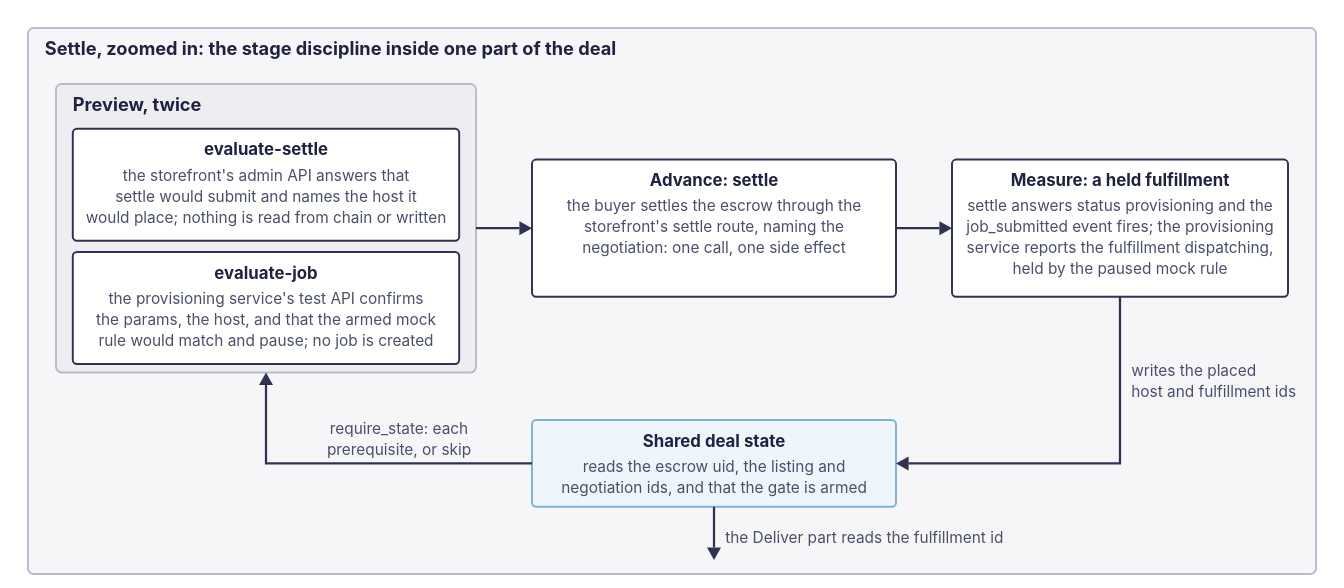
Earlier version of the draw.io export docs/development/diagrams/e2e-settle-zoom.svg (arkhai-io/simple-compute-market). Source tidied: cells renumbered, new cells last; positions are measured from the earlier drawing's top-left corner, leaving out a move shared by most shapes. The source it was exported from:
```xml
<mxGraphModel>
  <root>
    <mxCell id="0" />
    <mxCell id="1" parent="0" />
    <mxCell id="2" style="rounded=1;arcSize=6;whiteSpace=wrap;html=1;fillColor=#f6f6f8;strokeColor=#b9bccb;strokeWidth=1.4;dashed=0;" parent="1" vertex="1">
      <mxGeometry x="6" width="920" height="390" as="geometry" />
    </mxCell>
    <mxCell id="3" value="Settle, zoomed in: the stage discipline inside one part of the deal" style="text;html=1;align=left;verticalAlign=middle;whiteSpace=nowrap;fontSize=13;fontColor=#1f2340;fontStyle=1;fontFamily=Helvetica;" parent="1" vertex="1">
      <mxGeometry x="18" y="6" width="552" height="19" as="geometry" />
    </mxCell>
    <mxCell id="4" style="rounded=1;arcSize=6;whiteSpace=wrap;html=1;fillColor=#eeeef2;strokeColor=#b9bccb;strokeWidth=1.4;dashed=0;" parent="1" vertex="1">
      <mxGeometry x="26" y="40" width="300" height="206" as="geometry" />
    </mxCell>
    <mxCell id="5" value="Preview, twice" style="text;html=1;align=left;verticalAlign=middle;whiteSpace=nowrap;fontSize=13;fontColor=#1f2340;fontStyle=1;fontFamily=Helvetica;" parent="1" vertex="1">
      <mxGeometry x="38" y="46" width="124.8" height="19" as="geometry" />
    </mxCell>
    <mxCell id="6" style="rounded=1;arcSize=6;whiteSpace=wrap;html=1;fillColor=#ffffff;strokeColor=#2f3350;strokeWidth=1.4;dashed=0;" parent="1" vertex="1">
      <mxGeometry x="38" y="72" width="276" height="80" as="geometry" />
    </mxCell>
    <mxCell id="7" value="evaluate-settle" style="text;html=1;align=center;verticalAlign=middle;whiteSpace=nowrap;fontSize=12;fontColor=#1f2340;fontStyle=1;fontFamily=Helvetica;" parent="1" vertex="1">
      <mxGeometry x="114.2" y="79" width="123.6" height="18" as="geometry" />
    </mxCell>
    <mxCell id="8" value="the storefront's admin API answers that" style="text;html=1;align=center;verticalAlign=middle;whiteSpace=nowrap;fontSize=11;fontColor=#4a4f6a;fontStyle=0;fontFamily=Helvetica;" parent="1" vertex="1">
      <mxGeometry x="37" y="98" width="278" height="17" as="geometry" />
    </mxCell>
    <mxCell id="9" value="settle would submit and names the host it" style="text;html=1;align=center;verticalAlign=middle;whiteSpace=nowrap;fontSize=11;fontColor=#4a4f6a;fontStyle=0;fontFamily=Helvetica;" parent="1" vertex="1">
      <mxGeometry x="30.2" y="113" width="291.6" height="17" as="geometry" />
    </mxCell>
    <mxCell id="10" value="would place; nothing is read from chain or written" style="text;html=1;align=center;verticalAlign=middle;whiteSpace=nowrap;fontSize=11;fontColor=#4a4f6a;fontStyle=0;fontFamily=Helvetica;" parent="1" vertex="1">
      <mxGeometry x="-0.5" y="128" width="353" height="17" as="geometry" />
    </mxCell>
    <mxCell id="11" style="rounded=1;arcSize=6;whiteSpace=wrap;html=1;fillColor=#ffffff;strokeColor=#2f3350;strokeWidth=1.4;dashed=0;" parent="1" vertex="1">
      <mxGeometry x="38" y="160" width="276" height="80" as="geometry" />
    </mxCell>
    <mxCell id="12" value="evaluate-job" style="text;html=1;align=center;verticalAlign=middle;whiteSpace=nowrap;fontSize=12;fontColor=#1f2340;fontStyle=1;fontFamily=Helvetica;" parent="1" vertex="1">
      <mxGeometry x="125.4" y="167" width="101.3" height="18" as="geometry" />
    </mxCell>
    <mxCell id="13" value="the provisioning service's test API confirms" style="text;html=1;align=center;verticalAlign=middle;whiteSpace=nowrap;fontSize=11;fontColor=#4a4f6a;fontStyle=0;fontFamily=Helvetica;" parent="1" vertex="1">
      <mxGeometry x="20" y="186" width="312.1" height="17" as="geometry" />
    </mxCell>
    <mxCell id="14" value="the params, the host, and that the armed mock" style="text;html=1;align=center;verticalAlign=middle;whiteSpace=nowrap;fontSize=11;fontColor=#4a4f6a;fontStyle=0;fontFamily=Helvetica;" parent="1" vertex="1">
      <mxGeometry x="16.5" y="201" width="318.9" height="17" as="geometry" />
    </mxCell>
    <mxCell id="15" value="rule would match and pause; no job is created" style="text;html=1;align=center;verticalAlign=middle;whiteSpace=nowrap;fontSize=11;fontColor=#4a4f6a;fontStyle=0;fontFamily=Helvetica;" parent="1" vertex="1">
      <mxGeometry x="16.5" y="216" width="318.9" height="17" as="geometry" />
    </mxCell>
    <mxCell id="16" style="rounded=1;arcSize=6;whiteSpace=wrap;html=1;fillColor=#ffffff;strokeColor=#2f3350;strokeWidth=1.4;dashed=0;" parent="1" vertex="1">
      <mxGeometry x="366" y="94" width="260" height="98" as="geometry" />
    </mxCell>
    <mxCell id="17" value="Advance: settle" style="text;html=1;align=center;verticalAlign=middle;whiteSpace=nowrap;fontSize=12;fontColor=#1f2340;fontStyle=1;fontFamily=Helvetica;" parent="1" vertex="1">
      <mxGeometry x="434.2" y="101" width="123.6" height="18" as="geometry" />
    </mxCell>
    <mxCell id="18" value="the buyer settles the escrow through the" style="text;html=1;align=center;verticalAlign=middle;whiteSpace=nowrap;fontSize=11;fontColor=#4a4f6a;fontStyle=0;fontFamily=Helvetica;" parent="1" vertex="1">
      <mxGeometry x="353.6" y="120" width="284.8" height="17" as="geometry" />
    </mxCell>
    <mxCell id="19" value="storefront's settle route, naming the" style="text;html=1;align=center;verticalAlign=middle;whiteSpace=nowrap;fontSize=11;fontColor=#4a4f6a;fontStyle=0;fontFamily=Helvetica;" parent="1" vertex="1">
      <mxGeometry x="363.8" y="135" width="264.3" height="17" as="geometry" />
    </mxCell>
    <mxCell id="20" value="negotiation: one call, one side effect" style="text;html=1;align=center;verticalAlign=middle;whiteSpace=nowrap;fontSize=11;fontColor=#4a4f6a;fontStyle=0;fontFamily=Helvetica;" parent="1" vertex="1">
      <mxGeometry x="360.4" y="150" width="271.2" height="17" as="geometry" />
    </mxCell>
    <mxCell id="21" style="rounded=1;arcSize=6;whiteSpace=wrap;html=1;fillColor=#ffffff;strokeColor=#2f3350;strokeWidth=1.4;dashed=0;" parent="1" vertex="1">
      <mxGeometry x="666" y="94" width="240" height="98" as="geometry" />
    </mxCell>
    <mxCell id="22" value="Measure: a held fulfillment" style="text;html=1;align=center;verticalAlign=middle;whiteSpace=nowrap;fontSize=12;fontColor=#1f2340;fontStyle=1;fontFamily=Helvetica;" parent="1" vertex="1">
      <mxGeometry x="679.6" y="101" width="212.9" height="18" as="geometry" />
    </mxCell>
    <mxCell id="23" value="settle answers status provisioning and the" style="text;html=1;align=center;verticalAlign=middle;whiteSpace=nowrap;fontSize=11;fontColor=#4a4f6a;fontStyle=0;fontFamily=Helvetica;" parent="1" vertex="1">
      <mxGeometry x="636.8" y="120" width="298.4" height="17" as="geometry" />
    </mxCell>
    <mxCell id="24" value="job_submitted event fires; the provisioning" style="text;html=1;align=center;verticalAlign=middle;whiteSpace=nowrap;fontSize=11;fontColor=#4a4f6a;fontStyle=0;fontFamily=Helvetica;" parent="1" vertex="1">
      <mxGeometry x="633.4" y="135" width="305.3" height="17" as="geometry" />
    </mxCell>
    <mxCell id="25" value="service reports the fulfillment dispatching," style="text;html=1;align=center;verticalAlign=middle;whiteSpace=nowrap;fontSize=11;fontColor=#4a4f6a;fontStyle=0;fontFamily=Helvetica;" parent="1" vertex="1">
      <mxGeometry x="630" y="150" width="312.1" height="17" as="geometry" />
    </mxCell>
    <mxCell id="26" value="held by the paused mock rule" style="text;html=1;align=center;verticalAlign=middle;whiteSpace=nowrap;fontSize=11;fontColor=#4a4f6a;fontStyle=0;fontFamily=Helvetica;" parent="1" vertex="1">
      <mxGeometry x="684.5" y="165" width="203" height="17" as="geometry" />
    </mxCell>
    <mxCell id="27" style="endArrow=block;endFill=1;strokeColor=#2f3350;strokeWidth=1.6;html=1;dashed=0;" parent="1" edge="1">
      <mxGeometry relative="1" as="geometry">
        <mxPoint x="326" y="143" as="sourcePoint" />
        <mxPoint x="366" y="143" as="targetPoint" />
      </mxGeometry>
    </mxCell>
    <mxCell id="28" style="endArrow=block;endFill=1;strokeColor=#2f3350;strokeWidth=1.6;html=1;dashed=0;" parent="1" edge="1">
      <mxGeometry relative="1" as="geometry">
        <mxPoint x="626" y="143" as="sourcePoint" />
        <mxPoint x="666" y="143" as="targetPoint" />
      </mxGeometry>
    </mxCell>
    <mxCell id="29" style="rounded=1;arcSize=6;whiteSpace=wrap;html=1;fillColor=#eef6fb;strokeColor=#7fb3d5;strokeWidth=1.4;dashed=0;" parent="1" vertex="1">
      <mxGeometry x="366" y="280" width="260" height="62" as="geometry" />
    </mxCell>
    <mxCell id="30" value="Shared deal state" style="text;html=1;align=center;verticalAlign=middle;whiteSpace=nowrap;fontSize=12;fontColor=#1f2340;fontStyle=1;fontFamily=Helvetica;" parent="1" vertex="1">
      <mxGeometry x="426.8" y="287" width="138.5" height="18" as="geometry" />
    </mxCell>
    <mxCell id="31" value="reads the escrow uid, the listing and" style="text;html=1;align=center;verticalAlign=middle;whiteSpace=nowrap;fontSize=11;fontColor=#4a4f6a;fontStyle=0;fontFamily=Helvetica;" parent="1" vertex="1">
      <mxGeometry x="363.8" y="306" width="264.3" height="17" as="geometry" />
    </mxCell>
    <mxCell id="32" value="negotiation ids, and that the gate is armed" style="text;html=1;align=center;verticalAlign=middle;whiteSpace=nowrap;fontSize=11;fontColor=#4a4f6a;fontStyle=0;fontFamily=Helvetica;" parent="1" vertex="1">
      <mxGeometry x="343.4" y="321" width="305.3" height="17" as="geometry" />
    </mxCell>
    <mxCell id="33" style="endArrow=block;endFill=1;strokeColor=#2f3350;strokeWidth=1.6;html=1;dashed=0;" parent="1" edge="1">
      <mxGeometry relative="1" as="geometry">
        <mxPoint x="786" y="192" as="sourcePoint" />
        <mxPoint x="626" y="311" as="targetPoint" />
        <Array as="points">
          <mxPoint x="786" y="311" />
        </Array>
      </mxGeometry>
    </mxCell>
    <mxCell id="34" value="writes the placed" style="text;html=1;align=left;verticalAlign=middle;whiteSpace=nowrap;fontSize=11;fontColor=#4a4f6a;fontStyle=0;fontFamily=Helvetica;" parent="1" vertex="1">
      <mxGeometry x="794" y="237.5" width="127.9" height="17" as="geometry" />
    </mxCell>
    <mxCell id="35" value="host and fulfillment ids" style="text;html=1;align=left;verticalAlign=middle;whiteSpace=nowrap;fontSize=11;fontColor=#4a4f6a;fontStyle=0;fontFamily=Helvetica;" parent="1" vertex="1">
      <mxGeometry x="794" y="252.5" width="175.7" height="17" as="geometry" />
    </mxCell>
    <mxCell id="36" style="endArrow=block;endFill=1;strokeColor=#2f3350;strokeWidth=1.6;html=1;dashed=0;" parent="1" edge="1">
      <mxGeometry relative="1" as="geometry">
        <mxPoint x="366" y="311" as="sourcePoint" />
        <mxPoint x="176" y="246" as="targetPoint" />
        <Array as="points">
          <mxPoint x="176" y="311" />
        </Array>
      </mxGeometry>
    </mxCell>
    <mxCell id="37" value="require_state: each" style="text;html=1;align=center;verticalAlign=middle;whiteSpace=nowrap;fontSize=11;fontColor=#4a4f6a;fontStyle=0;fontFamily=Helvetica;" parent="1" vertex="1">
      <mxGeometry x="200.2" y="279" width="141.6" height="17" as="geometry" />
    </mxCell>
    <mxCell id="38" value="prerequisite, or skip" style="text;html=1;align=center;verticalAlign=middle;whiteSpace=nowrap;fontSize=11;fontColor=#4a4f6a;fontStyle=0;fontFamily=Helvetica;" parent="1" vertex="1">
      <mxGeometry x="193.4" y="294" width="155.2" height="17" as="geometry" />
    </mxCell>
    <mxCell id="39" style="endArrow=block;endFill=1;strokeColor=#2f3350;strokeWidth=1.6;html=1;dashed=0;" parent="1" edge="1">
      <mxGeometry relative="1" as="geometry">
        <mxPoint x="496" y="342" as="sourcePoint" />
        <mxPoint x="496" y="380" as="targetPoint" />
      </mxGeometry>
    </mxCell>
    <mxCell id="40" value="the Deliver part reads the fulfillment id" style="text;html=1;align=left;verticalAlign=middle;whiteSpace=nowrap;fontSize=11;fontColor=#4a4f6a;fontStyle=0;fontFamily=Helvetica;" parent="1" vertex="1">
      <mxGeometry x="504" y="357" width="291.6" height="17" as="geometry" />
    </mxCell>
  </root>
</mxGraphModel>
```
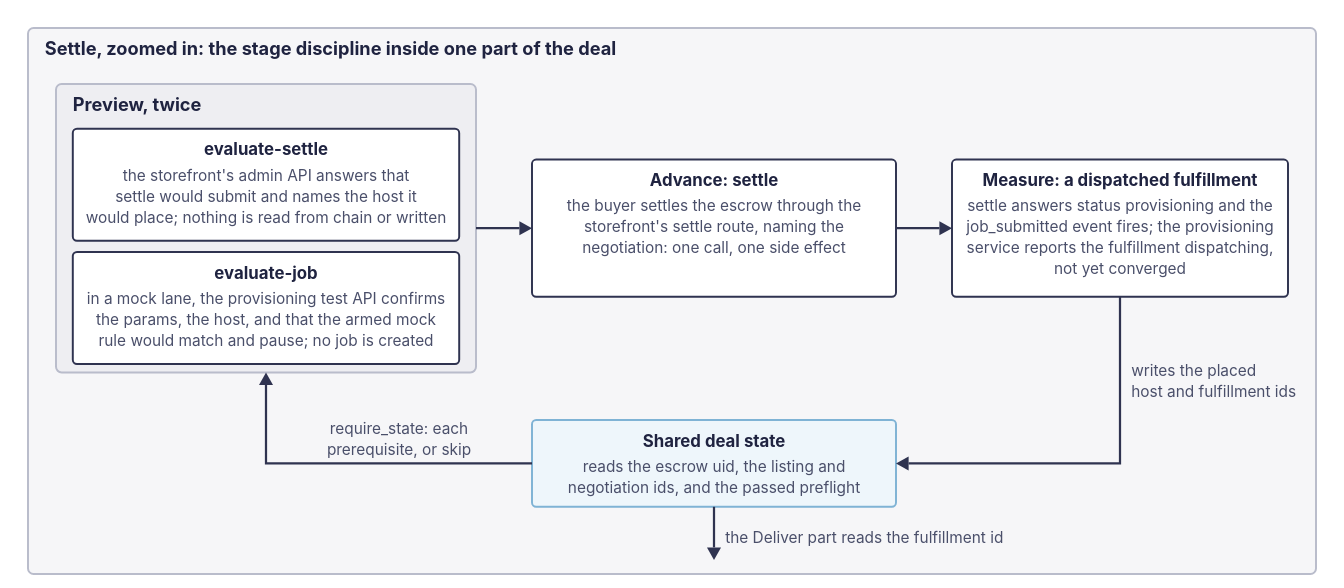
After the change.

The edit, as a diff of the source:
```diff
@@ -35,7 +35,7 @@
     <mxCell id="12" value="evaluate-job" style="text;html=1;align=center;verticalAlign=middle;whiteSpace=nowrap;fontSize=12;fontColor=#1f2340;fontStyle=1;fontFamily=Helvetica;" parent="1" vertex="1">
       <mxGeometry x="125.4" y="167" width="101.3" height="18" as="geometry" />
     </mxCell>
-    <mxCell id="13" value="the provisioning service's test API confirms" style="text;html=1;align=center;verticalAlign=middle;whiteSpace=nowrap;fontSize=11;fontColor=#4a4f6a;fontStyle=0;fontFamily=Helvetica;" parent="1" vertex="1">
+    <mxCell id="13" value="in a mock lane, the provisioning test API confirms" style="text;html=1;align=center;verticalAlign=middle;whiteSpace=nowrap;fontSize=11;fontColor=#4a4f6a;fontStyle=0;fontFamily=Helvetica;" parent="1" vertex="1">
       <mxGeometry x="20" y="186" width="312.1" height="17" as="geometry" />
     </mxCell>
     <mxCell id="14" value="the params, the host, and that the armed mock" style="text;html=1;align=center;verticalAlign=middle;whiteSpace=nowrap;fontSize=11;fontColor=#4a4f6a;fontStyle=0;fontFamily=Helvetica;" parent="1" vertex="1">
@@ -62,7 +62,7 @@
     <mxCell id="21" style="rounded=1;arcSize=6;whiteSpace=wrap;html=1;fillColor=#ffffff;strokeColor=#2f3350;strokeWidth=1.4;dashed=0;" parent="1" vertex="1">
       <mxGeometry x="666" y="94" width="240" height="98" as="geometry" />
     </mxCell>
-    <mxCell id="22" value="Measure: a held fulfillment" style="text;html=1;align=center;verticalAlign=middle;whiteSpace=nowrap;fontSize=12;fontColor=#1f2340;fontStyle=1;fontFamily=Helvetica;" parent="1" vertex="1">
+    <mxCell id="22" value="Measure: a dispatched fulfillment" style="text;html=1;align=center;verticalAlign=middle;whiteSpace=nowrap;fontSize=12;fontColor=#1f2340;fontStyle=1;fontFamily=Helvetica;" parent="1" vertex="1">
       <mxGeometry x="679.6" y="101" width="212.9" height="18" as="geometry" />
     </mxCell>
     <mxCell id="23" value="settle answers status provisioning and the" style="text;html=1;align=center;verticalAlign=middle;whiteSpace=nowrap;fontSize=11;fontColor=#4a4f6a;fontStyle=0;fontFamily=Helvetica;" parent="1" vertex="1">
@@ -74,7 +74,7 @@
     <mxCell id="25" value="service reports the fulfillment dispatching," style="text;html=1;align=center;verticalAlign=middle;whiteSpace=nowrap;fontSize=11;fontColor=#4a4f6a;fontStyle=0;fontFamily=Helvetica;" parent="1" vertex="1">
       <mxGeometry x="630" y="150" width="312.1" height="17" as="geometry" />
     </mxCell>
-    <mxCell id="26" value="held by the paused mock rule" style="text;html=1;align=center;verticalAlign=middle;whiteSpace=nowrap;fontSize=11;fontColor=#4a4f6a;fontStyle=0;fontFamily=Helvetica;" parent="1" vertex="1">
+    <mxCell id="26" value="not yet converged" style="text;html=1;align=center;verticalAlign=middle;whiteSpace=nowrap;fontSize=11;fontColor=#4a4f6a;fontStyle=0;fontFamily=Helvetica;" parent="1" vertex="1">
       <mxGeometry x="684.5" y="165" width="203" height="17" as="geometry" />
     </mxCell>
     <mxCell id="27" style="endArrow=block;endFill=1;strokeColor=#2f3350;strokeWidth=1.6;html=1;dashed=0;" parent="1" edge="1">
@@ -98,7 +98,7 @@
     <mxCell id="31" value="reads the escrow uid, the listing and" style="text;html=1;align=center;verticalAlign=middle;whiteSpace=nowrap;fontSize=11;fontColor=#4a4f6a;fontStyle=0;fontFamily=Helvetica;" parent="1" vertex="1">
       <mxGeometry x="363.8" y="306" width="264.3" height="17" as="geometry" />
     </mxCell>
-    <mxCell id="32" value="negotiation ids, and that the gate is armed" style="text;html=1;align=center;verticalAlign=middle;whiteSpace=nowrap;fontSize=11;fontColor=#4a4f6a;fontStyle=0;fontFamily=Helvetica;" parent="1" vertex="1">
+    <mxCell id="32" value="negotiation ids, and the passed preflight" style="text;html=1;align=center;verticalAlign=middle;whiteSpace=nowrap;fontSize=11;fontColor=#4a4f6a;fontStyle=0;fontFamily=Helvetica;" parent="1" vertex="1">
       <mxGeometry x="343.4" y="321" width="305.3" height="17" as="geometry" />
     </mxCell>
     <mxCell id="33" style="endArrow=block;endFill=1;strokeColor=#2f3350;strokeWidth=1.6;html=1;dashed=0;" parent="1" edge="1">
```
